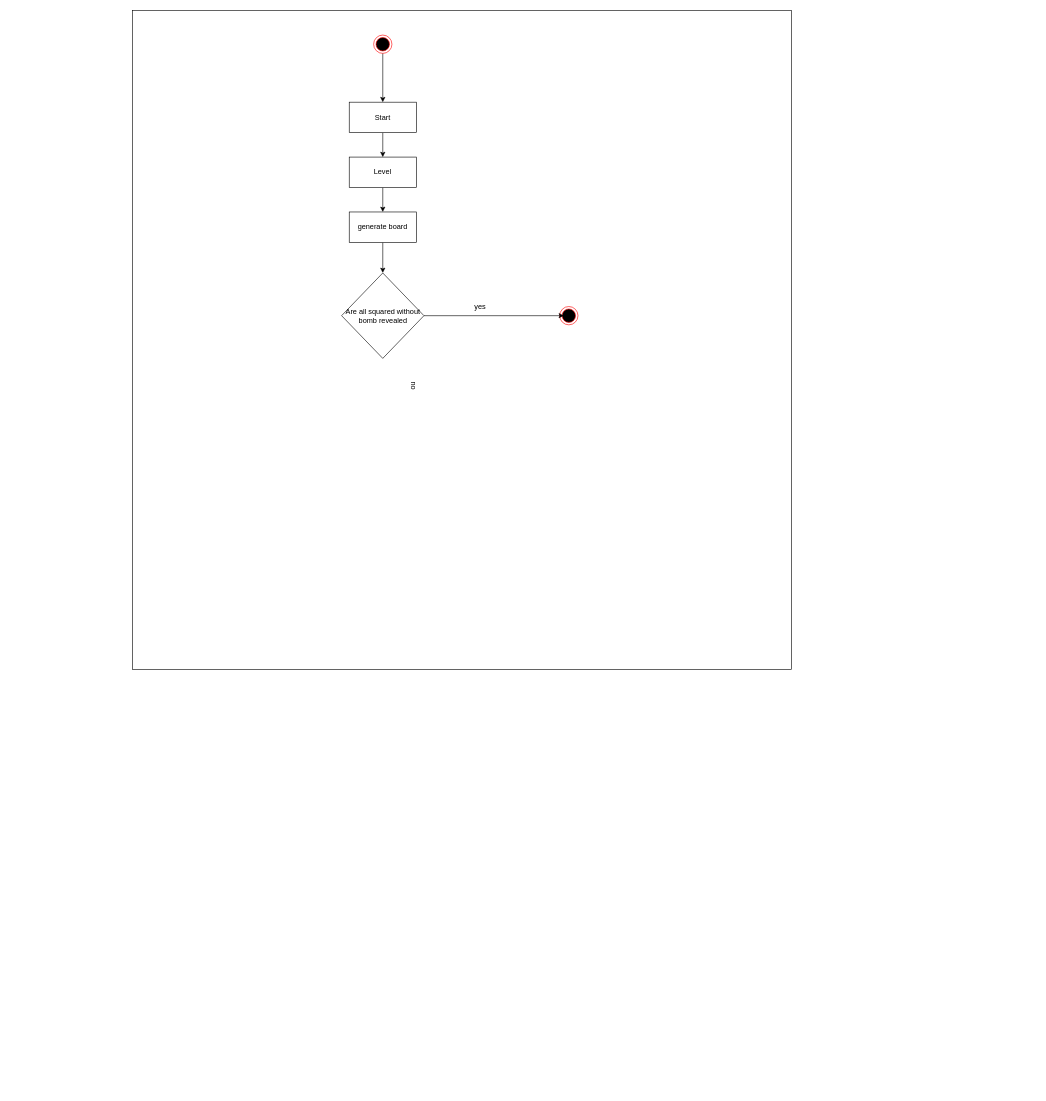
This is transition_diag.drawio from Amauryblo/Demineur, a draw.io file, before an edit. Source tidied: cells renumbered, new cells numbered last; positions are measured from the earlier drawing's top-left corner, leaving out a move shared by most shapes. Both pictures are drawn from the tidied source at 61%, with x=0, y=0 at pixel (132, 10).
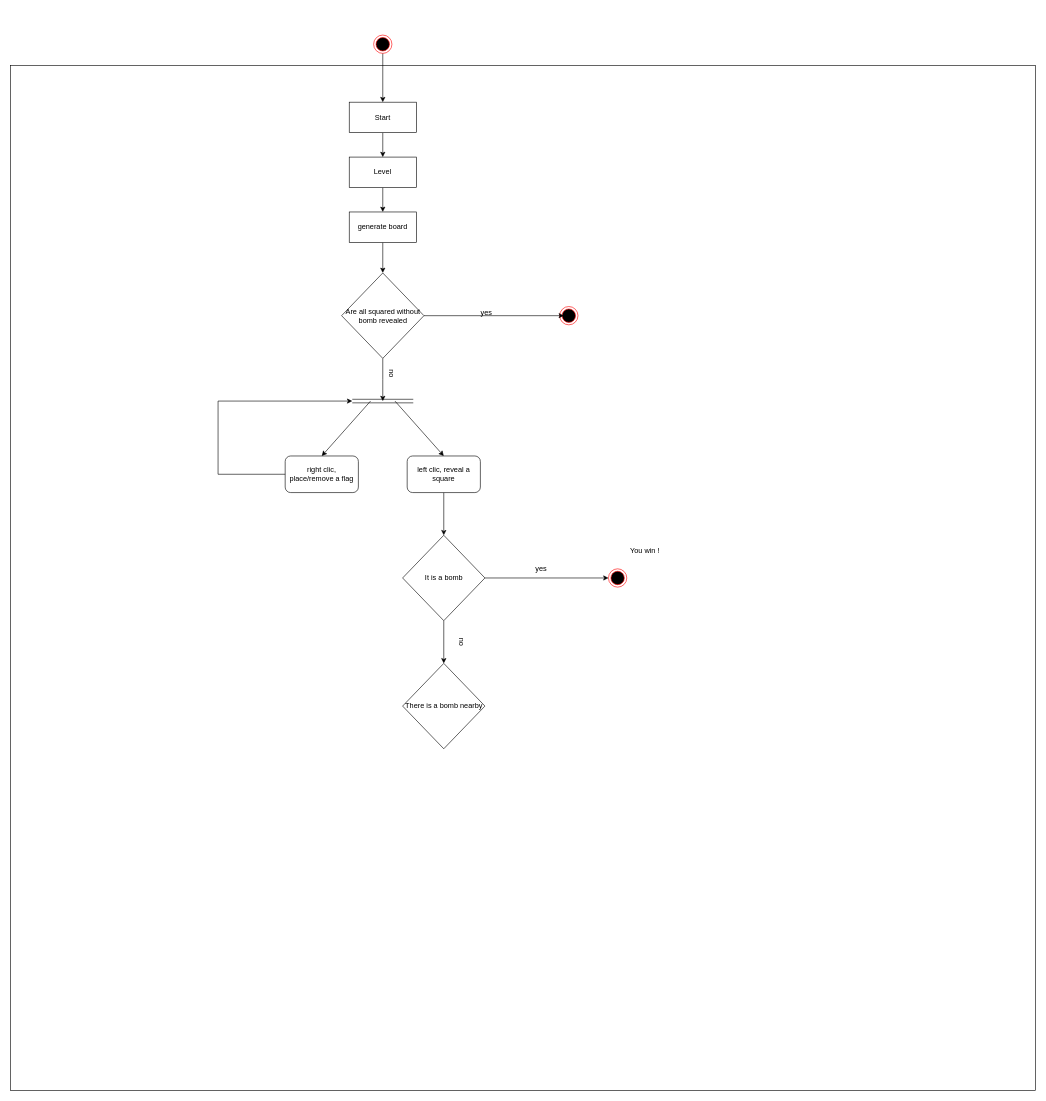
The same page after the edit.

Commit message (it also covers changes not shown here):
Mettre à jour transition_diag.drawio

The change refers to these unchanged cells:
```xml
<mxCell id="11" value="Are all squared without bomb revealed" style="rhombus;whiteSpace=wrap;html=1;" parent="1" vertex="1">
  <mxGeometry x="342.5" y="430" width="135" height="140" as="geometry" />
</mxCell>
```

The edit, as a diff of the source:
```diff
@@
     <mxCell id="2" style="whiteSpace=wrap;html=1;" parent="1" vertex="1">
-      <mxGeometry width="1080" height="1080" as="geometry" />
+      <mxGeometry x="-200" y="90" width="1680" height="1680" as="geometry" />
     </mxCell>
@@
+    <mxCell id="16" style="edgeStyle=orthogonalEdgeStyle;rounded=0;jettySize=auto;html=1;" parent="1" edge="1" source="11">
+      <mxGeometry relative="1" as="geometry">
+        <mxPoint x="410" y="640" as="targetPoint" />
+      </mxGeometry>
+    </mxCell>
@@
     <mxCell id="14" value="yes" style="text;html=1;align=center;verticalAlign=middle;whiteSpace=wrap;rounded=0;" parent="1" vertex="1">
-      <mxGeometry x="540" y="470" width="60" height="30" as="geometry" />
+      <mxGeometry x="640" y="900" width="60" height="30" as="geometry" />
     </mxCell>
     <mxCell id="15" value="no" style="text;html=1;align=center;verticalAlign=middle;whiteSpace=wrap;rounded=0;rotation=90;" parent="1" vertex="1">
-      <mxGeometry x="430" y="600" width="60" height="30" as="geometry" />
+      <mxGeometry x="395" y="580" width="60" height="30" as="geometry" />
     </mxCell>
+    <mxCell id="17" style="shape=link;html=1;rounded=0;width=5.833333333333334;" parent="1" edge="1">
+      <mxGeometry relative="1" as="geometry">
+        <mxPoint x="360" y="640" as="sourcePoint" />
+        <mxPoint x="460" y="640" as="targetPoint" />
+      </mxGeometry>
+    </mxCell>
+    <mxCell id="18" value="right clic, place/remove a flag" style="rounded=1;whiteSpace=wrap;html=1;" parent="1" vertex="1">
+      <mxGeometry x="250" y="730" width="120" height="60" as="geometry" />
+    </mxCell>
+    <mxCell id="19" style="edgeStyle=orthogonalEdgeStyle;rounded=0;jettySize=auto;html=1;" parent="1" edge="1" source="20" target="26">
+      <mxGeometry relative="1" as="geometry" />
+    </mxCell>
+    <mxCell id="20" value="left clic, reveal a square" style="rounded=1;whiteSpace=wrap;html=1;" parent="1" vertex="1">
+      <mxGeometry x="450" y="730" width="120" height="60" as="geometry" />
+    </mxCell>
+    <mxCell id="21" style="endArrow=classic;html=1;rounded=0;entryX=0.5;entryY=0;entryDx=0;entryDy=0;" parent="1" edge="1" target="18">
+      <mxGeometry relative="1" as="geometry">
+        <mxPoint x="390" y="640" as="sourcePoint" />
+      </mxGeometry>
+    </mxCell>
+    <mxCell id="22" style="endArrow=classic;html=1;rounded=0;entryX=0.5;entryY=0;entryDx=0;entryDy=0;" parent="1" edge="1" target="20">
+      <mxGeometry relative="1" as="geometry">
+        <mxPoint x="430" y="640" as="sourcePoint" />
+      </mxGeometry>
+    </mxCell>
+    <mxCell id="23" style="endArrow=classic;html=1;rounded=0;exitX=0;exitY=0.5;exitDx=0;exitDy=0;" parent="1" edge="1" source="18">
+      <mxGeometry relative="1" as="geometry">
+        <mxPoint x="360" y="640" as="targetPoint" />
+        <Array as="points">
+          <mxPoint x="140" y="760" />
+          <mxPoint x="140" y="640" />
+        </Array>
+      </mxGeometry>
+    </mxCell>
+    <mxCell id="24" style="edgeStyle=orthogonalEdgeStyle;rounded=0;jettySize=auto;html=1;entryX=0;entryY=0.5;entryDx=0;entryDy=0;" parent="1" edge="1" source="26" target="27">
+      <mxGeometry relative="1" as="geometry" />
+    </mxCell>
+    <mxCell id="25" style="edgeStyle=orthogonalEdgeStyle;rounded=0;jettySize=auto;html=1;entryX=0.5;entryY=0;entryDx=0;entryDy=0;" parent="1" edge="1" source="26" target="30">
+      <mxGeometry relative="1" as="geometry" />
+    </mxCell>
+    <mxCell id="26" value="It is a bomb" style="rhombus;whiteSpace=wrap;html=1;" parent="1" vertex="1">
+      <mxGeometry x="442.5" y="860" width="135" height="140" as="geometry" />
+    </mxCell>
+    <mxCell id="27" style="ellipse;html=1;shape=endState;fillColor=#000000;strokeColor=#ff0000;" parent="1" vertex="1">
+      <mxGeometry x="780" y="915" width="30" height="30" as="geometry" />
+    </mxCell>
+    <mxCell id="28" value="yes" style="text;html=1;align=center;verticalAlign=middle;whiteSpace=wrap;rounded=0;" parent="1" vertex="1">
+      <mxGeometry x="550" y="480" width="60" height="30" as="geometry" />
+    </mxCell>
+    <mxCell id="29" value="You win !" style="text;html=1;align=center;verticalAlign=middle;whiteSpace=wrap;rounded=0;" parent="1" vertex="1">
+      <mxGeometry x="810" y="870" width="60" height="30" as="geometry" />
+    </mxCell>
+    <mxCell id="30" value="There is a bomb nearby" style="rhombus;whiteSpace=wrap;html=1;" parent="1" vertex="1">
+      <mxGeometry x="442.5" y="1070" width="135" height="140" as="geometry" />
+    </mxCell>
+    <mxCell id="31" value="no" style="text;html=1;align=center;verticalAlign=middle;whiteSpace=wrap;rounded=0;rotation=90;" parent="1" vertex="1">
+      <mxGeometry x="510" y="1020" width="60" height="30" as="geometry" />
+    </mxCell>
```
